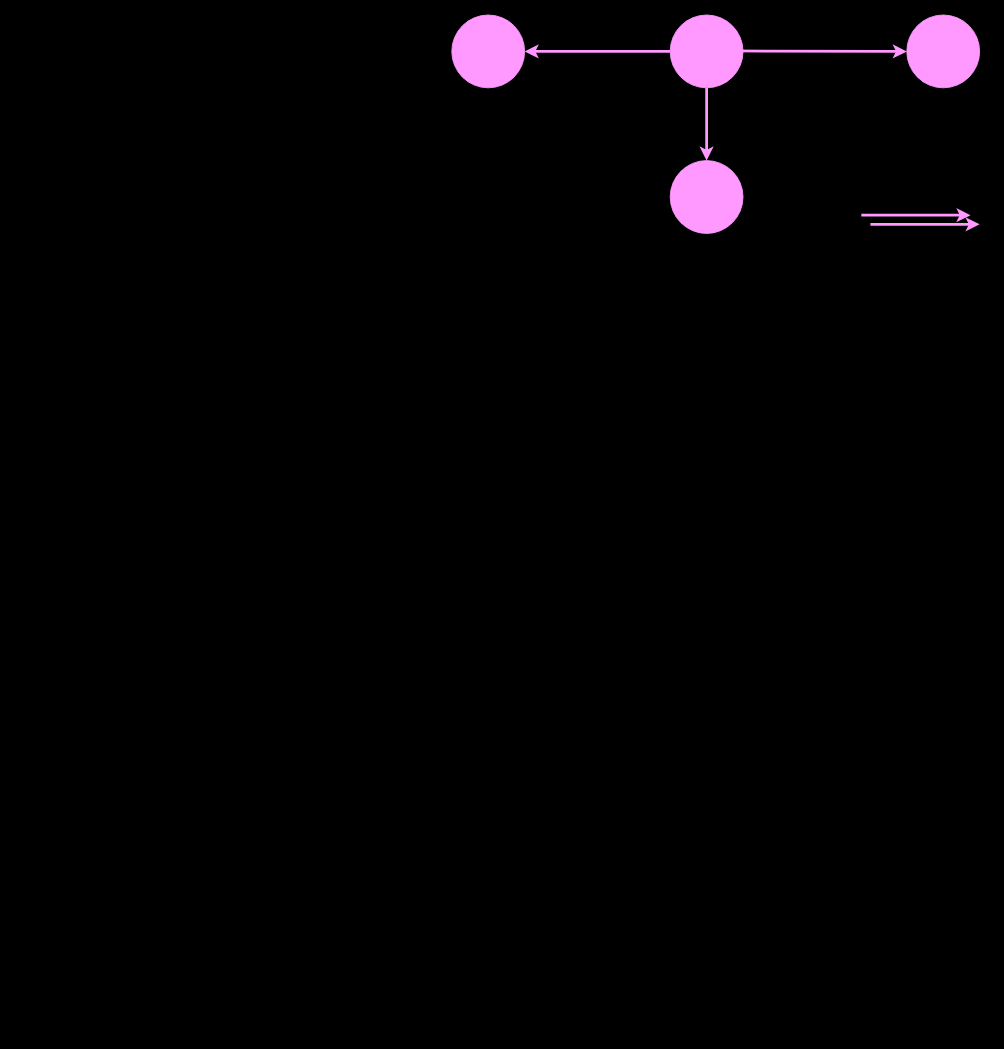
Earlier version of the draw.io diagram Diagramma senza titolo.drawio (Mario-Corrente/mia-repository). Source tidied: cells renumbered, new cells numbered last; positions are measured from the earlier drawing's top-left corner, leaving out a move shared by most shapes. Both pictures are drawn from the tidied source at 91%, with x=0, y=0 at pixel (451, 15).
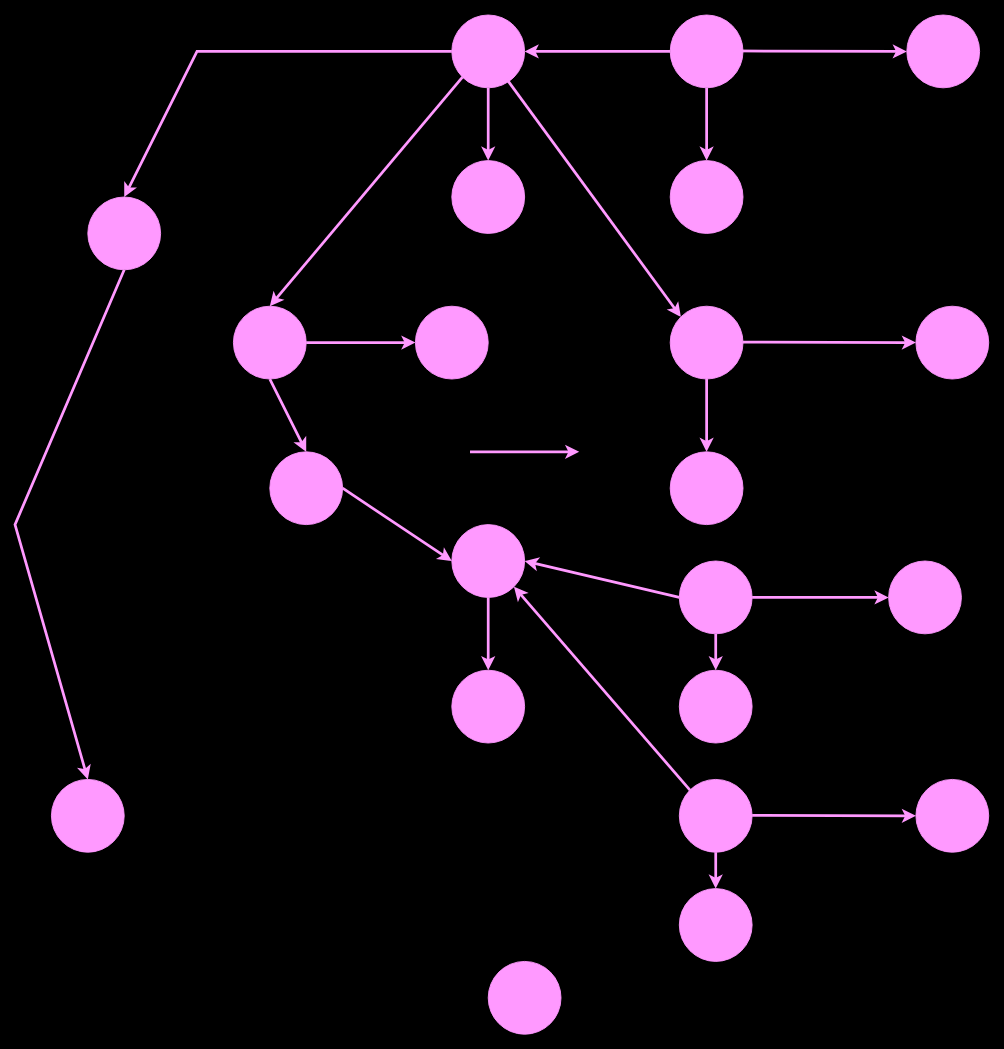
The same page after the edit.

Unchanged cells that the change refers to:
```xml
<mxCell id="2" style="ellipse;whiteSpace=wrap;html=1;strokeColor=#FF99FF;fillColor=#FF99FF;" parent="1" vertex="1">
  <mxGeometry width="80" height="80" as="geometry" />
</mxCell>
<mxCell id="5" style="ellipse;whiteSpace=wrap;html=1;strokeColor=#FF99FF;fillColor=#FF99FF;" parent="1" vertex="1">
  <mxGeometry x="240" y="160" width="80" height="80" as="geometry" />
</mxCell>
```

Change to the diagram source:
```diff
@@
-    <mxCell id="8" style="endArrow=classic;html=1;rounded=0;strokeColor=#FF99FF;strokeWidth=3;entryX=0.5;entryY=0;entryDx=0;entryDy=0;" parent="1" edge="1" target="5">
+    <mxCell id="8" style="endArrow=classic;html=1;rounded=0;strokeColor=#FF99FF;strokeWidth=3;" parent="1" edge="1">
       <mxGeometry relative="1" as="geometry">
         <mxPoint x="280" y="80" as="sourcePoint" />
+        <mxPoint x="280" y="160" as="targetPoint" />
       </mxGeometry>
     </mxCell>
-    <mxCell id="9" style="endArrow=classic;html=1;rounded=0;strokeColor=#FF99FF;strokeWidth=3;" parent="1" edge="1">
-      <mxGeometry relative="1" as="geometry">
-        <mxPoint x="450" y="220" as="sourcePoint" />
-        <mxPoint x="570" y="220" as="targetPoint" />
-      </mxGeometry>
+    <mxCell id="9" style="endArrow=classic;html=1;rounded=0;strokeColor=#FF99FF;strokeWidth=3;exitX=0.5;exitY=1;exitDx=0;exitDy=0;entryX=0.5;entryY=0;entryDx=0;entryDy=0;" parent="1" edge="1" source="2" target="11">
+      <mxGeometry relative="1" as="geometry" />
     </mxCell>
-    <mxCell id="10" style="endArrow=classic;html=1;rounded=0;strokeColor=#FF99FF;strokeWidth=3;" parent="1" edge="1">
+    <mxCell id="10" style="endArrow=classic;html=1;rounded=0;strokeColor=#FF99FF;strokeWidth=3;entryX=0;entryY=0;entryDx=0;entryDy=0;" parent="1" edge="1" target="20">
       <mxGeometry relative="1" as="geometry">
-        <mxPoint x="460" y="230" as="sourcePoint" />
-        <mxPoint x="580" y="230" as="targetPoint" />
+        <mxPoint x="60" y="70" as="sourcePoint" />
       </mxGeometry>
     </mxCell>
+    <mxCell id="11" style="ellipse;whiteSpace=wrap;html=1;strokeColor=#FF99FF;fillColor=#FF99FF;" parent="1" vertex="1">
+      <mxGeometry y="160" width="80" height="80" as="geometry" />
+    </mxCell>
+    <mxCell id="12" style="ellipse;whiteSpace=wrap;html=1;strokeColor=#FF99FF;fillColor=#FF99FF;" parent="1" vertex="1">
+      <mxGeometry x="-400" y="200" width="80" height="80" as="geometry" />
+    </mxCell>
+    <mxCell id="13" style="endArrow=classic;html=1;rounded=0;strokeColor=#FF99FF;strokeWidth=3;exitX=0;exitY=0.5;exitDx=0;exitDy=0;entryX=0.5;entryY=0;entryDx=0;entryDy=0;" parent="1" edge="1" source="2" target="12">
+      <mxGeometry relative="1" as="geometry">
+        <Array as="points">
+          <mxPoint x="-280" y="40" />
+        </Array>
+      </mxGeometry>
+    </mxCell>
+    <mxCell id="14" style="ellipse;whiteSpace=wrap;html=1;strokeColor=#FF99FF;fillColor=#FF99FF;" parent="1" vertex="1">
+      <mxGeometry x="-240" y="320" width="80" height="80" as="geometry" />
+    </mxCell>
+    <mxCell id="15" style="endArrow=classic;html=1;rounded=0;strokeColor=#FF99FF;strokeWidth=3;entryX=0;entryY=0.5;entryDx=0;entryDy=0;" parent="1" edge="1" target="21">
+      <mxGeometry relative="1" as="geometry">
+        <mxPoint x="320" y="359.5" as="sourcePoint" />
+      </mxGeometry>
+    </mxCell>
+    <mxCell id="16" style="endArrow=classic;html=1;rounded=0;strokeColor=#FF99FF;strokeWidth=3;exitX=0;exitY=1;exitDx=0;exitDy=0;entryX=0.5;entryY=0;entryDx=0;entryDy=0;" parent="1" edge="1" source="2" target="14">
+      <mxGeometry relative="1" as="geometry" />
+    </mxCell>
+    <mxCell id="17" style="endArrow=classic;html=1;rounded=0;strokeColor=#FF99FF;strokeWidth=3;exitX=1;exitY=0.5;exitDx=0;exitDy=0;" parent="1" edge="1" source="14">
+      <mxGeometry relative="1" as="geometry">
+        <mxPoint x="-40" y="360" as="targetPoint" />
+      </mxGeometry>
+    </mxCell>
+    <mxCell id="18" style="endArrow=classic;html=1;rounded=0;strokeColor=#FF99FF;strokeWidth=3;exitX=0.5;exitY=1;exitDx=0;exitDy=0;entryX=0.5;entryY=0;entryDx=0;entryDy=0;" parent="1" edge="1" source="14" target="24">
+      <mxGeometry relative="1" as="geometry" />
+    </mxCell>
+    <mxCell id="19" style="endArrow=classic;html=1;rounded=0;strokeColor=#FF99FF;strokeWidth=3;exitX=0.5;exitY=1;exitDx=0;exitDy=0;entryX=0.5;entryY=0;entryDx=0;entryDy=0;" parent="1" edge="1" source="20" target="22">
+      <mxGeometry relative="1" as="geometry" />
+    </mxCell>
+    <mxCell id="20" style="ellipse;whiteSpace=wrap;html=1;strokeColor=#FF99FF;fillColor=#FF99FF;" parent="1" vertex="1">
+      <mxGeometry x="240" y="320" width="80" height="80" as="geometry" />
+    </mxCell>
+    <mxCell id="21" style="ellipse;whiteSpace=wrap;html=1;strokeColor=#FF99FF;fillColor=#FF99FF;" parent="1" vertex="1">
+      <mxGeometry x="510" y="320" width="80" height="80" as="geometry" />
+    </mxCell>
+    <mxCell id="22" style="ellipse;whiteSpace=wrap;html=1;strokeColor=#FF99FF;fillColor=#FF99FF;" parent="1" vertex="1">
+      <mxGeometry x="240" y="480" width="80" height="80" as="geometry" />
+    </mxCell>
+    <mxCell id="23" style="ellipse;whiteSpace=wrap;html=1;strokeColor=#FF99FF;fillColor=#FF99FF;" parent="1" vertex="1">
+      <mxGeometry x="-40" y="320" width="80" height="80" as="geometry" />
+    </mxCell>
+    <mxCell id="24" style="ellipse;whiteSpace=wrap;html=1;strokeColor=#FF99FF;fillColor=#FF99FF;" parent="1" vertex="1">
+      <mxGeometry x="-200" y="480" width="80" height="80" as="geometry" />
+    </mxCell>
+    <mxCell id="25" style="endArrow=classic;html=1;rounded=0;strokeColor=#FF99FF;strokeWidth=3;exitX=0.5;exitY=1;exitDx=0;exitDy=0;entryX=0.5;entryY=0;entryDx=0;entryDy=0;" parent="1" edge="1" source="12" target="43">
+      <mxGeometry relative="1" as="geometry">
+        <Array as="points">
+          <mxPoint x="-480" y="560" />
+        </Array>
+      </mxGeometry>
+    </mxCell>
+    <mxCell id="26" style="endArrow=classic;html=1;rounded=0;strokeColor=#FF99FF;strokeWidth=3;entryX=0;entryY=0.5;entryDx=0;entryDy=0;exitX=1;exitY=0.5;exitDx=0;exitDy=0;" parent="1" edge="1" source="31" target="29">
+      <mxGeometry relative="1" as="geometry" />
+    </mxCell>
+    <mxCell id="27" style="endArrow=classic;html=1;rounded=0;strokeColor=#FF99FF;strokeWidth=3;entryX=1;entryY=0.5;entryDx=0;entryDy=0;exitX=0;exitY=0.5;exitDx=0;exitDy=0;" parent="1" edge="1" source="31" target="30">
+      <mxGeometry relative="1" as="geometry" />
+    </mxCell>
+    <mxCell id="28" style="endArrow=classic;html=1;rounded=0;strokeColor=#FF99FF;strokeWidth=3;entryX=0;entryY=0.5;entryDx=0;entryDy=0;exitX=1;exitY=0.5;exitDx=0;exitDy=0;" parent="1" edge="1" source="24" target="30">
+      <mxGeometry relative="1" as="geometry" />
+    </mxCell>
+    <mxCell id="29" style="ellipse;whiteSpace=wrap;html=1;strokeColor=#FF99FF;fillColor=#FF99FF;" parent="1" vertex="1">
+      <mxGeometry x="480" y="600" width="80" height="80" as="geometry" />
+    </mxCell>
+    <mxCell id="30" style="ellipse;whiteSpace=wrap;html=1;strokeColor=#FF99FF;fillColor=#FF99FF;" parent="1" vertex="1">
+      <mxGeometry y="560" width="80" height="80" as="geometry" />
+    </mxCell>
+    <mxCell id="31" style="ellipse;whiteSpace=wrap;html=1;strokeColor=#FF99FF;fillColor=#FF99FF;" parent="1" vertex="1">
+      <mxGeometry x="250" y="600" width="80" height="80" as="geometry" />
+    </mxCell>
+    <mxCell id="32" style="ellipse;whiteSpace=wrap;html=1;strokeColor=#FF99FF;fillColor=#FF99FF;" parent="1" vertex="1">
+      <mxGeometry y="720" width="80" height="80" as="geometry" />
+    </mxCell>
+    <mxCell id="33" style="endArrow=classic;html=1;rounded=0;strokeColor=#FF99FF;strokeWidth=3;" parent="1" edge="1">
+      <mxGeometry relative="1" as="geometry">
+        <mxPoint x="20" y="480" as="sourcePoint" />
+        <mxPoint x="140" y="480" as="targetPoint" />
+      </mxGeometry>
+    </mxCell>
+    <mxCell id="34" style="endArrow=classic;html=1;rounded=0;strokeColor=#FF99FF;strokeWidth=3;exitX=0.5;exitY=1;exitDx=0;exitDy=0;entryX=0.5;entryY=0;entryDx=0;entryDy=0;" parent="1" edge="1" source="40" target="42">
+      <mxGeometry relative="1" as="geometry" />
+    </mxCell>
+    <mxCell id="35" style="endArrow=classic;html=1;rounded=0;strokeColor=#FF99FF;strokeWidth=3;" parent="1" edge="1">
+      <mxGeometry relative="1" as="geometry">
+        <mxPoint x="330" y="879.5" as="sourcePoint" />
+        <mxPoint x="510" y="880" as="targetPoint" />
+      </mxGeometry>
+    </mxCell>
+    <mxCell id="36" style="endArrow=classic;html=1;rounded=0;strokeColor=#FF99FF;strokeWidth=3;entryX=0.5;entryY=0;entryDx=0;entryDy=0;exitX=0.5;exitY=1;exitDx=0;exitDy=0;" parent="1" edge="1" source="31" target="39">
+      <mxGeometry relative="1" as="geometry" />
+    </mxCell>
+    <mxCell id="37" style="endArrow=classic;html=1;rounded=0;strokeColor=#FF99FF;strokeWidth=3;exitX=0;exitY=0;exitDx=0;exitDy=0;entryX=1;entryY=1;entryDx=0;entryDy=0;" parent="1" edge="1" source="40" target="30">
+      <mxGeometry relative="1" as="geometry" />
+    </mxCell>
+    <mxCell id="38" style="endArrow=classic;html=1;rounded=0;strokeColor=#FF99FF;strokeWidth=3;exitX=0.5;exitY=1;exitDx=0;exitDy=0;entryX=0.5;entryY=0;entryDx=0;entryDy=0;" parent="1" edge="1" source="30" target="32">
+      <mxGeometry relative="1" as="geometry" />
+    </mxCell>
+    <mxCell id="39" style="ellipse;whiteSpace=wrap;html=1;strokeColor=#FF99FF;fillColor=#FF99FF;" parent="1" vertex="1">
+      <mxGeometry x="250" y="720" width="80" height="80" as="geometry" />
+    </mxCell>
+    <mxCell id="40" style="ellipse;whiteSpace=wrap;html=1;strokeColor=#FF99FF;fillColor=#FF99FF;" parent="1" vertex="1">
+      <mxGeometry x="250" y="840" width="80" height="80" as="geometry" />
+    </mxCell>
+    <mxCell id="41" style="ellipse;whiteSpace=wrap;html=1;strokeColor=#FF99FF;fillColor=#FF99FF;" parent="1" vertex="1">
+      <mxGeometry x="510" y="840" width="80" height="80" as="geometry" />
+    </mxCell>
+    <mxCell id="42" style="ellipse;whiteSpace=wrap;html=1;strokeColor=#FF99FF;fillColor=#FF99FF;" parent="1" vertex="1">
+      <mxGeometry x="250" y="960" width="80" height="80" as="geometry" />
+    </mxCell>
+    <mxCell id="43" style="ellipse;whiteSpace=wrap;html=1;strokeColor=#FF99FF;fillColor=#FF99FF;" parent="1" vertex="1">
+      <mxGeometry x="-440" y="840" width="80" height="80" as="geometry" />
+    </mxCell>
+    <mxCell id="44" style="ellipse;whiteSpace=wrap;html=1;strokeColor=#FF99FF;fillColor=#FF99FF;" parent="1" vertex="1">
+      <mxGeometry x="40" y="1040" width="80" height="80" as="geometry" />
+    </mxCell>
```
